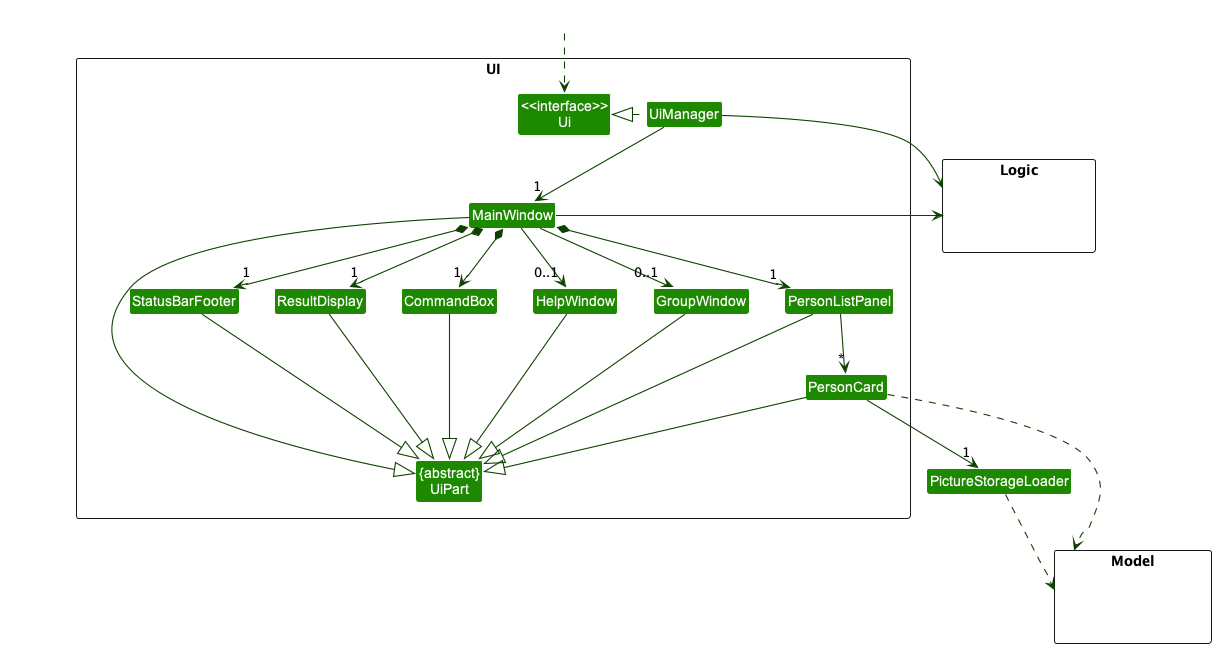
The PlantUML diagram docs/images/UiClassDiagram.png in nus-cs2103-AY2223S1/tp, before a commit.
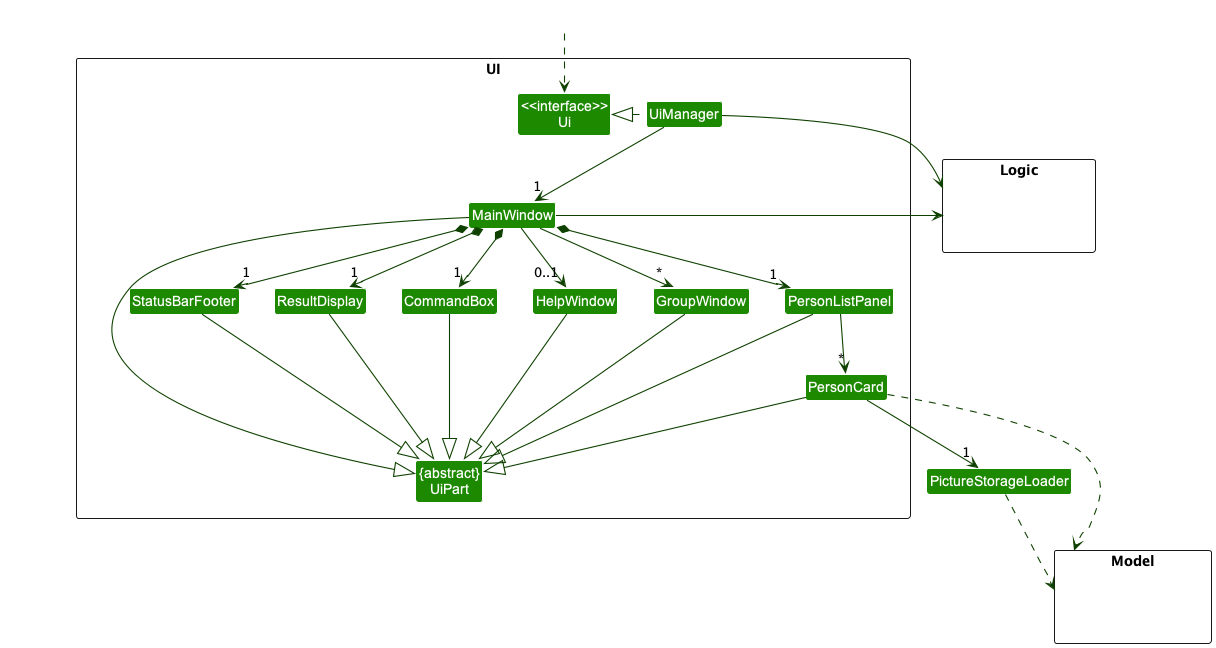
Later version of the same file.

Change to the diagram source:
```diff
@@ -36,7 +36,7 @@
 MainWindow *-down-> "1" PersonListPanel
 MainWindow *-down-> "1" StatusBarFooter
 MainWindow --> "0..1" HelpWindow
-MainWindow --> "0..1" GroupWindow
+MainWindow --> "*" GroupWindow
 
 PersonListPanel -down-> "*" PersonCard
 
```
